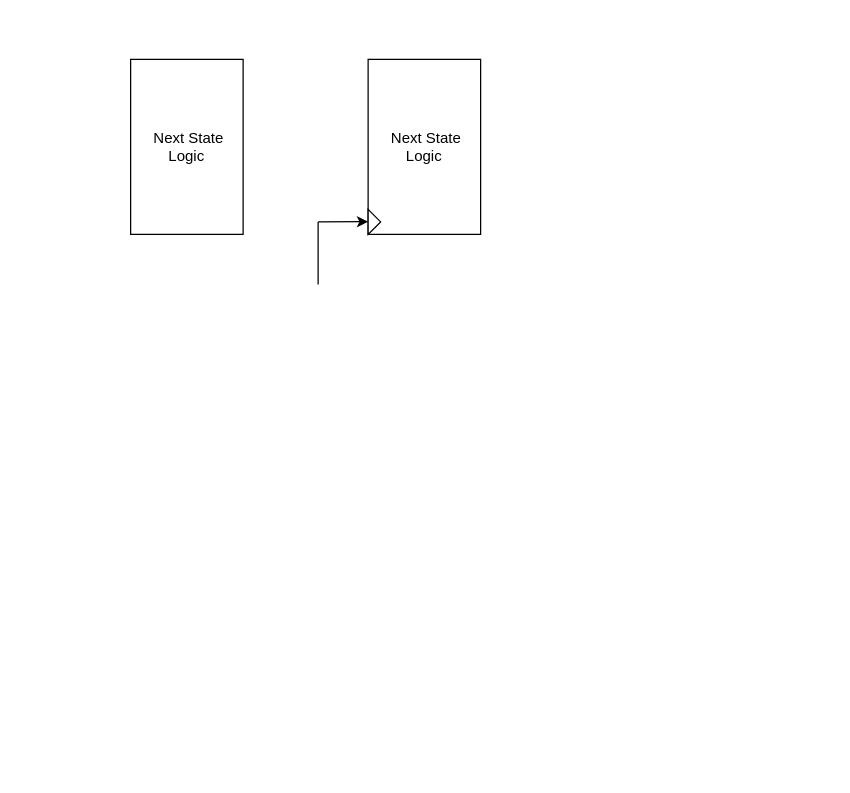
Above: Car_Parking.drawio in 106210049/Car-Parking-System-design-with-SystemVerilog (draw.io), before the change. Source tidied: cells renumbered, new cells numbered last; positions are measured from the earlier drawing's top-left corner, leaving out a move shared by most shapes. Both pictures are drawn from the tidied source at 125%, with x=0, y=0 at pixel (130, 59).
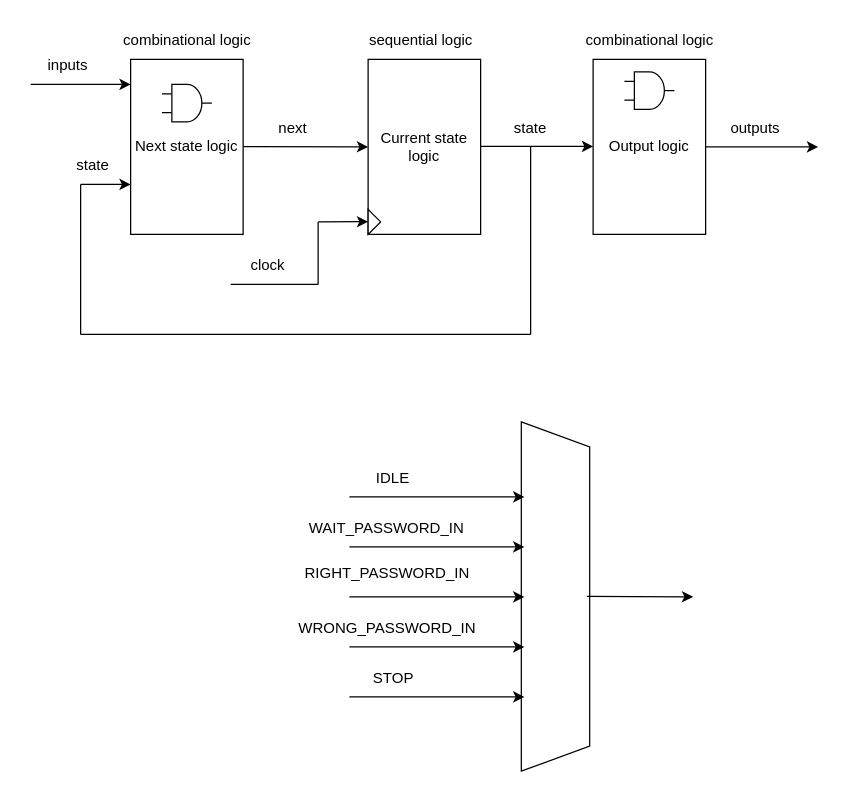
After the change.

What changed in the source:
```diff
@@
-    <mxCell id="2" value="&amp;nbsp;Next State Logic" style="rounded=0;whiteSpace=wrap;html=1;" parent="1" vertex="1">
+    <mxCell id="2" value="Next state logic" style="rounded=0;whiteSpace=wrap;html=1;" parent="1" vertex="1">
       <mxGeometry width="90" height="140" as="geometry" />
     </mxCell>
-    <mxCell id="3" value="&amp;nbsp;Next State Logic" style="rounded=0;whiteSpace=wrap;html=1;" parent="1" vertex="1">
+    <mxCell id="3" value="Current state logic" style="rounded=0;whiteSpace=wrap;html=1;" parent="1" vertex="1">
       <mxGeometry x="190" width="90" height="140" as="geometry" />
     </mxCell>
@@
+    <mxCell id="7" style="endArrow=none;html=1;rounded=0;" parent="1" edge="1">
+      <mxGeometry relative="1" as="geometry">
+        <mxPoint x="80" y="180" as="sourcePoint" />
+        <mxPoint x="150" y="180" as="targetPoint" />
+      </mxGeometry>
+    </mxCell>
+    <mxCell id="8" value="clock" style="text;strokeColor=none;align=center;fillColor=none;html=1;verticalAlign=middle;whiteSpace=wrap;rounded=0;" parent="1" vertex="1">
+      <mxGeometry x="80" y="150" width="60" height="30" as="geometry" />
+    </mxCell>
+    <mxCell id="9" style="endArrow=classic;html=1;rounded=0;entryX=0;entryY=0.5;entryDx=0;entryDy=0;" parent="1" edge="1" target="3">
+      <mxGeometry relative="1" as="geometry">
+        <mxPoint x="90" y="69.8" as="sourcePoint" />
+      </mxGeometry>
+    </mxCell>
+    <mxCell id="10" value="next" style="text;strokeColor=none;align=center;fillColor=none;html=1;verticalAlign=middle;whiteSpace=wrap;rounded=0;" parent="1" vertex="1">
+      <mxGeometry x="100" y="40" width="60" height="30" as="geometry" />
+    </mxCell>
+    <mxCell id="11" style="endArrow=classic;html=1;rounded=0;" parent="1" edge="1">
+      <mxGeometry relative="1" as="geometry">
+        <mxPoint x="280" y="69.6" as="sourcePoint" />
+        <mxPoint x="370" y="69.6" as="targetPoint" />
+      </mxGeometry>
+    </mxCell>
+    <mxCell id="12" value="Output logic" style="rounded=0;whiteSpace=wrap;html=1;" parent="1" vertex="1">
+      <mxGeometry x="370" width="90" height="140" as="geometry" />
+    </mxCell>
+    <mxCell id="13" style="endArrow=none;html=1;rounded=0;" parent="1" edge="1">
+      <mxGeometry relative="1" as="geometry">
+        <mxPoint x="320" y="220" as="sourcePoint" />
+        <mxPoint x="320" y="70" as="targetPoint" />
+      </mxGeometry>
+    </mxCell>
+    <mxCell id="14" style="endArrow=none;html=1;rounded=0;" parent="1" edge="1">
+      <mxGeometry relative="1" as="geometry">
+        <mxPoint x="-40" y="220" as="sourcePoint" />
+        <mxPoint x="320" y="220" as="targetPoint" />
+      </mxGeometry>
+    </mxCell>
+    <mxCell id="15" style="endArrow=none;html=1;rounded=0;" parent="1" edge="1">
+      <mxGeometry relative="1" as="geometry">
+        <mxPoint x="-40" y="220" as="sourcePoint" />
+        <mxPoint x="-40" y="100" as="targetPoint" />
+      </mxGeometry>
+    </mxCell>
+    <mxCell id="16" style="endArrow=classic;html=1;rounded=0;" parent="1" edge="1">
+      <mxGeometry relative="1" as="geometry">
+        <mxPoint x="-40" y="100" as="sourcePoint" />
+        <mxPoint y="100" as="targetPoint" />
+      </mxGeometry>
+    </mxCell>
+    <mxCell id="17" value="state" style="text;strokeColor=none;align=center;fillColor=none;html=1;verticalAlign=middle;whiteSpace=wrap;rounded=0;" parent="1" vertex="1">
+      <mxGeometry x="290" y="40" width="60" height="30" as="geometry" />
+    </mxCell>
+    <mxCell id="18" value="state" style="text;strokeColor=none;align=center;fillColor=none;html=1;verticalAlign=middle;whiteSpace=wrap;rounded=0;" parent="1" vertex="1">
+      <mxGeometry x="-60" y="70" width="60" height="30" as="geometry" />
+    </mxCell>
+    <mxCell id="19" style="verticalLabelPosition=bottom;shadow=0;dashed=0;align=center;html=1;verticalAlign=top;shape=mxgraph.electrical.logic_gates.logic_gate;operation=and;" parent="1" vertex="1">
+      <mxGeometry x="25" y="20" width="40" height="30" as="geometry" />
+    </mxCell>
+    <mxCell id="20" style="verticalLabelPosition=bottom;shadow=0;dashed=0;align=center;html=1;verticalAlign=top;shape=mxgraph.electrical.logic_gates.logic_gate;operation=and;" parent="1" vertex="1">
+      <mxGeometry x="395" y="10" width="40" height="30" as="geometry" />
+    </mxCell>
+    <mxCell id="21" style="endArrow=classic;html=1;rounded=0;" parent="1" edge="1">
+      <mxGeometry relative="1" as="geometry">
+        <mxPoint x="460" y="70" as="sourcePoint" />
+        <mxPoint x="550" y="70" as="targetPoint" />
+      </mxGeometry>
+    </mxCell>
+    <mxCell id="22" value="outputs" style="text;strokeColor=none;align=center;fillColor=none;html=1;verticalAlign=middle;whiteSpace=wrap;rounded=0;" parent="1" vertex="1">
+      <mxGeometry x="470" y="40" width="60" height="30" as="geometry" />
+    </mxCell>
+    <mxCell id="23" style="endArrow=classic;html=1;rounded=0;" parent="1" edge="1">
+      <mxGeometry relative="1" as="geometry">
+        <mxPoint x="-80" y="20" as="sourcePoint" />
+        <mxPoint y="20" as="targetPoint" />
+      </mxGeometry>
+    </mxCell>
+    <mxCell id="24" value="inputs" style="text;strokeColor=none;align=center;fillColor=none;html=1;verticalAlign=middle;whiteSpace=wrap;rounded=0;" parent="1" vertex="1">
+      <mxGeometry x="-80" y="-10" width="60" height="30" as="geometry" />
+    </mxCell>
+    <mxCell id="25" value="combinational logic" style="text;strokeColor=none;align=center;fillColor=none;html=1;verticalAlign=middle;whiteSpace=wrap;rounded=0;" parent="1" vertex="1">
+      <mxGeometry x="-12.5" y="-30" width="115" height="30" as="geometry" />
+    </mxCell>
+    <mxCell id="26" value="sequential logic" style="text;strokeColor=none;align=center;fillColor=none;html=1;verticalAlign=middle;whiteSpace=wrap;rounded=0;" parent="1" vertex="1">
+      <mxGeometry x="175" y="-30" width="115" height="30" as="geometry" />
+    </mxCell>
+    <mxCell id="27" value="combinational logic" style="text;strokeColor=none;align=center;fillColor=none;html=1;verticalAlign=middle;whiteSpace=wrap;rounded=0;" parent="1" vertex="1">
+      <mxGeometry x="357.5" y="-30" width="115" height="30" as="geometry" />
+    </mxCell>
+    <mxCell id="28" style="shape=trapezoid;perimeter=trapezoidPerimeter;whiteSpace=wrap;html=1;fixedSize=1;rotation=90;" parent="1" vertex="1">
+      <mxGeometry x="200.2" y="402.4" width="279.4" height="54.7" as="geometry" />
+    </mxCell>
+    <mxCell id="29" style="endArrow=classic;html=1;rounded=0;" parent="1" edge="1">
+      <mxGeometry relative="1" as="geometry">
+        <mxPoint x="175" y="350" as="sourcePoint" />
+        <mxPoint x="315" y="350" as="targetPoint" />
+      </mxGeometry>
+    </mxCell>
+    <mxCell id="30" style="endArrow=classic;html=1;rounded=0;" parent="1" edge="1">
+      <mxGeometry relative="1" as="geometry">
+        <mxPoint x="175" y="390" as="sourcePoint" />
+        <mxPoint x="315" y="390" as="targetPoint" />
+      </mxGeometry>
+    </mxCell>
+    <mxCell id="31" style="endArrow=classic;html=1;rounded=0;" parent="1" edge="1">
+      <mxGeometry relative="1" as="geometry">
+        <mxPoint x="175" y="430" as="sourcePoint" />
+        <mxPoint x="315" y="430" as="targetPoint" />
+      </mxGeometry>
+    </mxCell>
+    <mxCell id="32" value="IDLE" style="text;strokeColor=none;align=center;fillColor=none;html=1;verticalAlign=middle;whiteSpace=wrap;rounded=0;" parent="1" vertex="1">
+      <mxGeometry x="180" y="320" width="60" height="30" as="geometry" />
+    </mxCell>
+    <mxCell id="33" value="WAIT_PASSWORD_IN" style="text;strokeColor=none;align=center;fillColor=none;html=1;verticalAlign=middle;whiteSpace=wrap;rounded=0;" parent="1" vertex="1">
+      <mxGeometry x="130" y="360" width="150" height="30" as="geometry" />
+    </mxCell>
+    <mxCell id="34" value="RIGHT_PASSWORD_IN" style="text;strokeColor=none;align=center;fillColor=none;html=1;verticalAlign=middle;whiteSpace=wrap;rounded=0;" parent="1" vertex="1">
+      <mxGeometry x="137.5" y="396.2" width="135" height="30" as="geometry" />
+    </mxCell>
+    <mxCell id="35" style="endArrow=classic;html=1;rounded=0;" parent="1" edge="1">
+      <mxGeometry relative="1" as="geometry">
+        <mxPoint x="175" y="470" as="sourcePoint" />
+        <mxPoint x="315" y="470" as="targetPoint" />
+      </mxGeometry>
+    </mxCell>
+    <mxCell id="36" style="endArrow=classic;html=1;rounded=0;" parent="1" edge="1">
+      <mxGeometry relative="1" as="geometry">
+        <mxPoint x="175" y="510" as="sourcePoint" />
+        <mxPoint x="315" y="510" as="targetPoint" />
+      </mxGeometry>
+    </mxCell>
+    <mxCell id="37" style="endArrow=classic;html=1;rounded=0;" parent="1" edge="1">
+      <mxGeometry relative="1" as="geometry">
+        <mxPoint x="365" y="429.5" as="sourcePoint" />
+        <mxPoint x="450" y="430" as="targetPoint" />
+      </mxGeometry>
+    </mxCell>
+    <mxCell id="38" value="WRONG_PASSWORD_IN" style="text;strokeColor=none;align=center;fillColor=none;html=1;verticalAlign=middle;whiteSpace=wrap;rounded=0;" parent="1" vertex="1">
+      <mxGeometry x="137.5" y="440" width="135" height="30" as="geometry" />
+    </mxCell>
+    <mxCell id="39" value="STOP" style="text;strokeColor=none;align=center;fillColor=none;html=1;verticalAlign=middle;whiteSpace=wrap;rounded=0;" parent="1" vertex="1">
+      <mxGeometry x="142.5" y="480" width="135" height="30" as="geometry" />
+    </mxCell>
```
